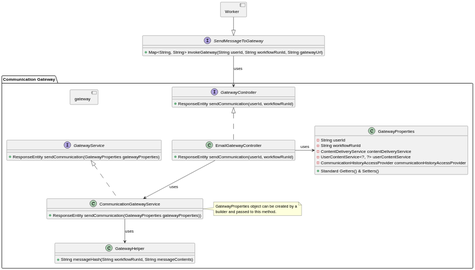
CameronWard301/communication_scheduler keeps this PlantUML diagram as Designs/Images/System Context/Components/GatewayInterfacesEmailGateway.svg. Above is the earlier version.
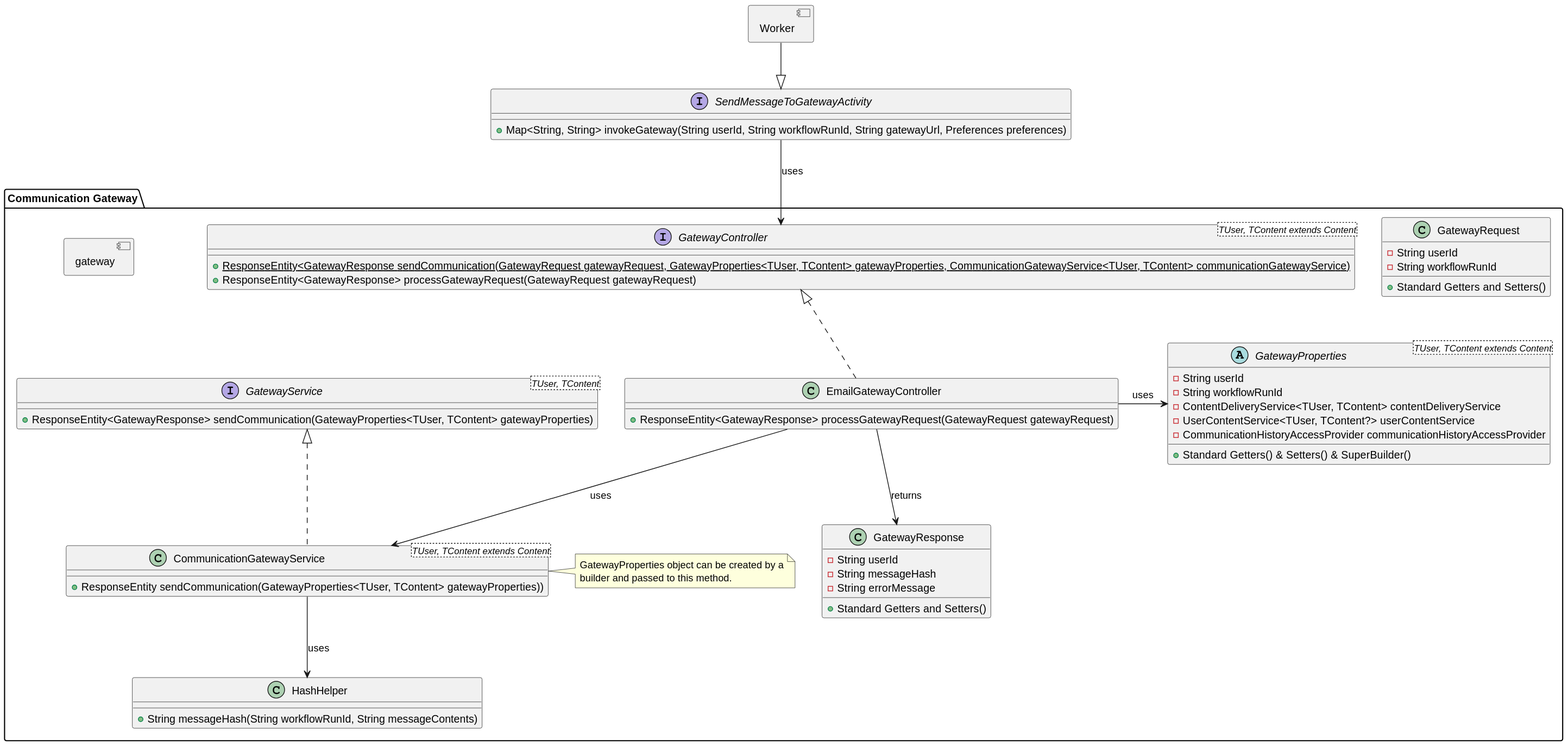
Later version of the same file.

The edit, as a diff of the source:
```diff
@@ -2,8 +2,8 @@
 component Worker {
 }
 
-interface SendMessageToGateway {
-    + Map<String, String> invokeGateway(String userId, String workflowRunId, String gatewayUrl)
+interface SendMessageToGatewayActivity {
+    + Map<String, String> invokeGateway(String userId, String workflowRunId, String gatewayUrl, Preferences preferences)
 }
 
 package "Communication Gateway" as communicationGateway {
@@ -12,45 +12,61 @@
     }
 
 
-    class GatewayHelper {
+    class HashHelper {
         + String messageHash(String workflowRunId, String messageContents)
     }
 
 
+    class GatewayRequest {
+        - String userId
+        - String workflowRunId
+        + Standard Getters and Setters()
+    }
 
-    interface GatewayController {
-        + ResponseEntity sendCommunication(userId, workflowRunId)
+    class GatewayResponse {
+        - String userId
+        - String messageHash
+        - String errorMessage
+        + Standard Getters and Setters()
+    }
+
+
+    interface GatewayController <TUser, TContent extends Content>{
+        + {static} ResponseEntity<GatewayResponse sendCommunication(GatewayRequest gatewayRequest, GatewayProperties<TUser, TContent> gatewayProperties, CommunicationGatewayService<TUser, TContent> communicationGatewayService)
+        + ResponseEntity<GatewayResponse> processGatewayRequest(GatewayRequest gatewayRequest)
     }
 
     class EmailGatewayController implements GatewayController {
-        + ResponseEntity sendCommunication(userId, workflowRunId)
+        + ResponseEntity<GatewayResponse> processGatewayRequest(GatewayRequest gatewayRequest)
     }
 
-    class GatewayProperties {
+    abstract class GatewayProperties <TUser, TContent extends Content> {
         - String userId
         - String workflowRunId
-        - ContentDeliveryService contentDeliveryService
-        - UserContentService<?, ?> userContentService
+        - ContentDeliveryService<TUser, TContent> contentDeliveryService
+        - UserContentService<TUser, TContent?> userContentService
         - CommunicationHistoryAccessProvider communicationHistoryAccessProvider
-        + Standard Getters() & Setters()
+        + Standard Getters() & Setters() & SuperBuilder()
     }
 
-    interface GatewayService {
-        + ResponseEntity sendCommunication(GatewayProperties gatewayProperties)
+    interface GatewayService <TUser, TContent>{
+        + ResponseEntity<GatewayResponse> sendCommunication(GatewayProperties<TUser, TContent> gatewayProperties)
     }
 
-    class CommunicationGatewayService implements GatewayService{
-        + ResponseEntity sendCommunication(GatewayProperties gatewayProperties))
+    class CommunicationGatewayService<TUser, TContent extends Content> implements GatewayService {
+        + ResponseEntity sendCommunication(GatewayProperties<TUser, TContent> gatewayProperties))
     }
+
     note right of CommunicationGatewayService
         GatewayProperties object can be created by a
         builder and passed to this method.
     end note
 
-    CommunicationGatewayService --> GatewayHelper: uses
+    CommunicationGatewayService --> HashHelper: uses
     EmailGatewayController --> CommunicationGatewayService: uses
     EmailGatewayController -> GatewayProperties: uses
-    Worker --|> SendMessageToGateway
-    SendMessageToGateway --> GatewayController: uses
+    Worker --|> SendMessageToGatewayActivity
+    SendMessageToGatewayActivity --> GatewayController: uses
+    EmailGatewayController -d-> GatewayResponse: returns
 }
 @enduml
```
